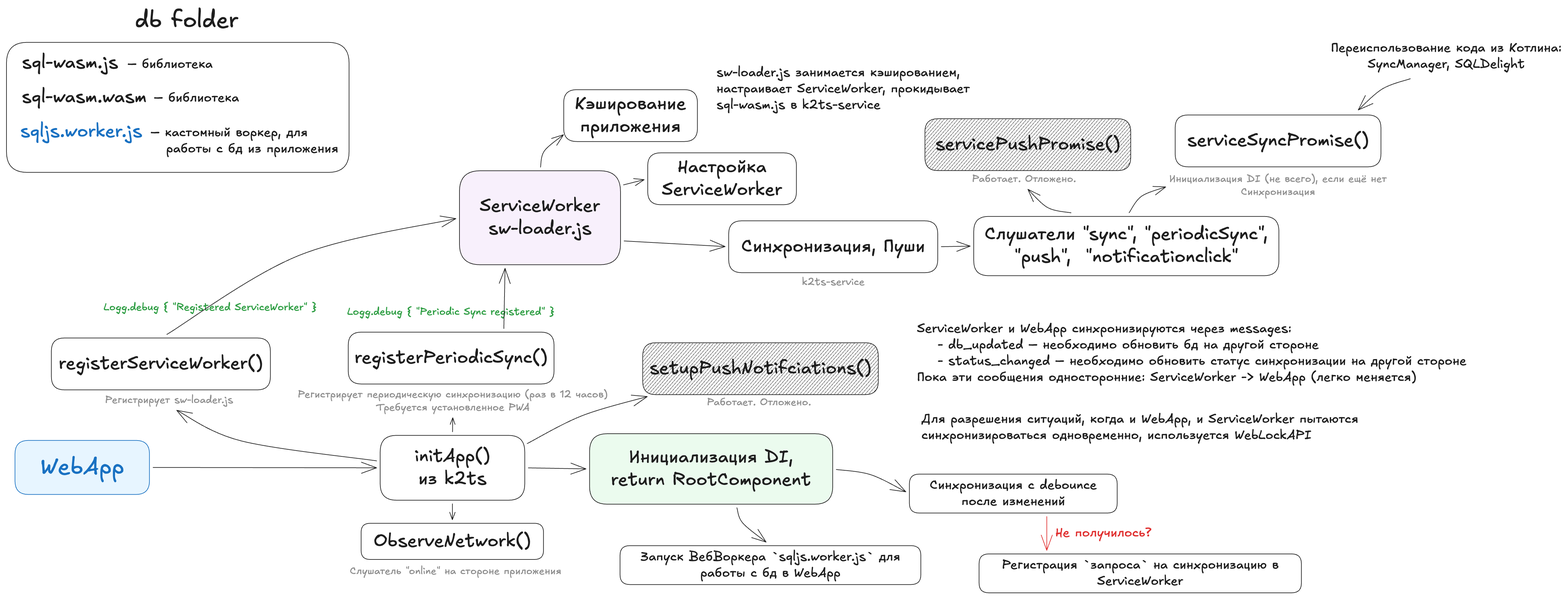
The Excalidraw diagram frontend/docs/service_to_app.excalidraw.png in Ephirious/CacheFlow, before a commit. Source tidied: one line per element, renumbered; positions are measured from the earlier drawing's top-left corner, leaving out a move shared by most shapes.
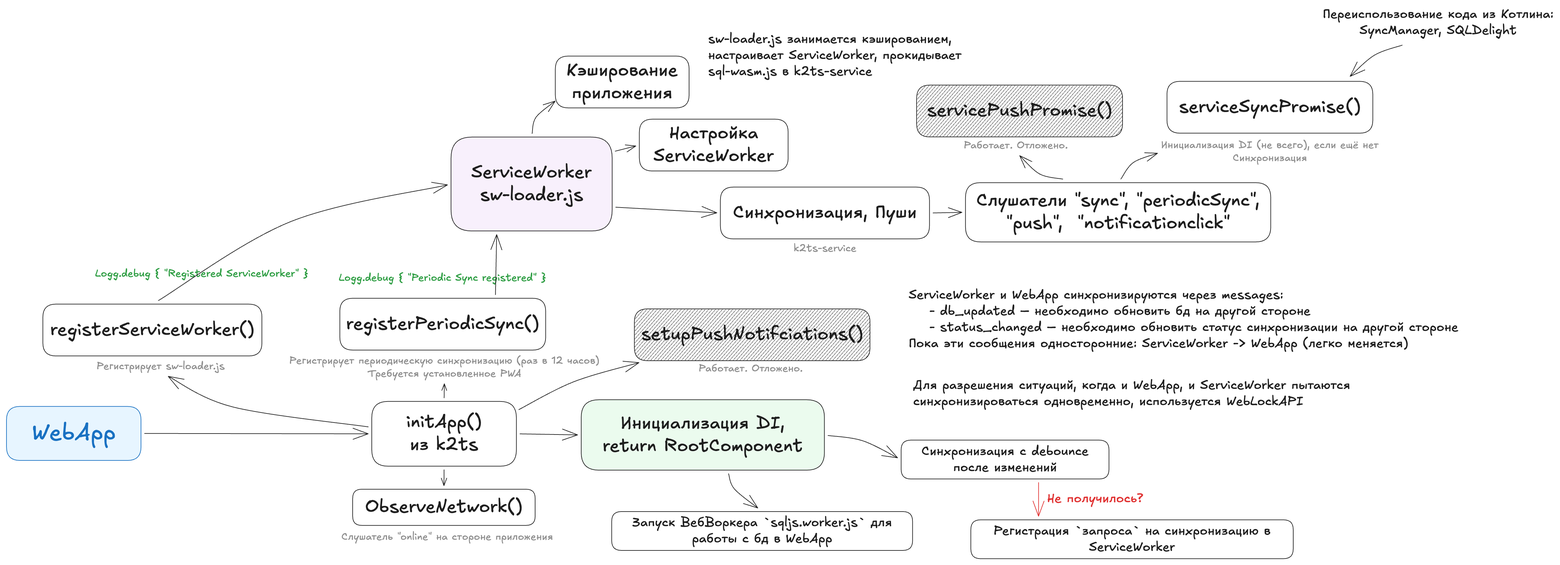
Above is the later version.

The edit, as a diff of the source:
```diff
@@ -28,14 +28,6 @@
 {"id": 27, "type": "text", "text": "ObserveNetwork()", "strokeColor": "#1e1e1e", "strokeWidth": 1, "roughness": 0, "fontSize": 28, "fontFamily": 5, "textAlign": "center", "verticalAlign": "middle", "inside": 26, "x": 567, "y": 808, "width": 243, "height": 35}
 {"id": 28, "type": "arrow", "strokeColor": "#1e1e1e", "backgroundColor": "#ebfbee", "fillStyle": "solid", "strokeWidth": 1, "roughness": 0, "endArrowhead": "arrow", "round": true, "from": 6, "to": 26, "x": 688, "y": 767, "width": 0, "height": 25, "points": [[0, 0], [0, 25]]}
 {"id": 29, "type": "text", "text": "Слушатель \"online\" на стороне приложения", "strokeColor": "#1e1e1e", "strokeWidth": 1, "roughness": 0, "opacity": 50, "fontSize": 16, "fontFamily": 5, "textAlign": "center", "x": 530, "y": 861, "width": 327, "height": 20}
-{"id": 30, "type": "rectangle", "strokeColor": "#1e1e1e", "strokeWidth": 1, "roughness": 0, "round": true, "x": 0, "y": 55, "width": 529, "height": 201}
-{"id": 31, "type": "text", "text": "db folder", "strokeColor": "#1e1e1e", "strokeWidth": 1, "roughness": 0, "fontSize": 36, "fontFamily": 5, "x": 198, "y": 0, "width": 160, "height": 45}
-{"id": 32, "type": "text", "text": "sql-wasm.js", "strokeColor": "#1e1e1e", "strokeWidth": 1, "roughness": 0, "fontSize": 28, "fontFamily": 5, "x": 24, "y": 70, "width": 149, "height": 35}
-{"id": 33, "type": "text", "text": "sql-wasm.wasm", "strokeColor": "#1e1e1e", "strokeWidth": 1, "roughness": 0, "fontSize": 28, "fontFamily": 5, "x": 24, "y": 123, "width": 193, "height": 35}
-{"id": 34, "type": "text", "text": "sqljs.worker.js", "strokeColor": "#1971c2", "strokeWidth": 1, "roughness": 0, "fontSize": 28, "fontFamily": 5, "x": 21, "y": 176, "width": 188, "height": 35}
-{"id": 35, "type": "text", "text": "– библиотека", "strokeColor": "#1e1e1e", "strokeWidth": 1, "roughness": 0, "fontSize": 20, "fontFamily": 5, "x": 187, "y": 77, "width": 131, "height": 25}
-{"id": 36, "type": "text", "text": "– библиотека", "strokeColor": "#1e1e1e", "strokeWidth": 1, "roughness": 0, "fontSize": 20, "fontFamily": 5, "x": 228, "y": 129, "width": 131, "height": 25}
-{"id": 37, "type": "text", "text": "– кастомный воркер, для \n   работы с бд из приложения", "strokeColor": "#1e1e1e", "strokeWidth": 1, "roughness": 0, "fontSize": 20, "fontFamily": 5, "x": 222, "y": 182, "width": 290, "height": 50}
 {"id": 38, "type": "text", "text": "sw-loader.js занимается кэшированием,\nнастраивает ServiceWorker, прокидывает\nsql-wasm.js в k2ts-service  ", "strokeColor": "#1e1e1e", "strokeWidth": 1, "roughness": 0, "fontSize": 20, "fontFamily": 5, "x": 1095, "y": 90, "width": 391, "height": 75}
 {"id": 39, "type": "rectangle", "strokeColor": "#1e1e1e", "strokeWidth": 1, "roughness": 0, "round": true, "x": 860, "y": 128, "width": 206, "height": 80}
 {"id": 40, "type": "text", "text": "Кэширование\nприложения", "strokeColor": "#1e1e1e", "strokeWidth": 1, "roughness": 0, "fontSize": 28, "fontFamily": 5, "textAlign": "center", "verticalAlign": "middle", "inside": 39, "x": 877, "y": 133, "width": 172, "height": 70}
```
